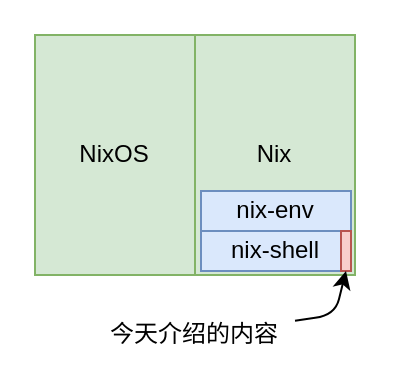
The draw.io diagram docs/slides/images/slides_location.drawio in xieby1/nix_config, before the edit. Source tidied: cells renumbered, new cells numbered last; positions are measured from the earlier drawing's top-left corner, leaving out a move shared by most shapes. Both pictures are drawn from the tidied source at 200%, with x=0, y=0 at pixel (34, 34).
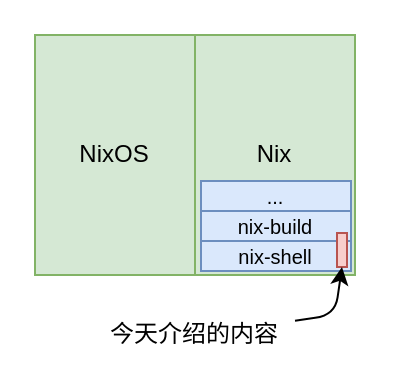
Above is the later version.

The edit, as a diff of the source:
```diff
@@
 <mxGraphModel>
   <root>
     <mxCell id="0" />
     <mxCell id="1" parent="0" />
     <mxCell id="2" value="NixOS" style="rounded=0;whiteSpace=wrap;html=1;fontFamily=mono;fillColor=#d5e8d4;strokeColor=#82b366;" parent="1" vertex="1">
       <mxGeometry width="80" height="120" as="geometry" />
     </mxCell>
     <mxCell id="3" value="Nix" style="rounded=0;whiteSpace=wrap;html=1;fontFamily=mono;fillColor=#d5e8d4;strokeColor=#82b366;" parent="1" vertex="1">
       <mxGeometry x="80" width="80" height="120" as="geometry" />
     </mxCell>
-    <mxCell id="4" value="nix-shell" style="rounded=0;whiteSpace=wrap;html=1;fontFamily=mono;fillColor=#dae8fc;strokeColor=#6c8ebf;" parent="1" vertex="1">
-      <mxGeometry x="83" y="98" width="75" height="20" as="geometry" />
+    <mxCell id="4" value="&lt;font style=&quot;font-size: 10px;&quot;&gt;nix-shell&lt;/font&gt;" style="rounded=0;whiteSpace=wrap;html=1;fontFamily=mono;fillColor=#dae8fc;strokeColor=#6c8ebf;" parent="1" vertex="1">
+      <mxGeometry x="83" y="103" width="75" height="15" as="geometry" />
     </mxCell>
-    <mxCell id="5" value="nix-env" style="rounded=0;whiteSpace=wrap;html=1;fontFamily=mono;fillColor=#dae8fc;strokeColor=#6c8ebf;" parent="1" vertex="1">
-      <mxGeometry x="83" y="78" width="75" height="20" as="geometry" />
+    <mxCell id="5" value="&lt;font style=&quot;font-size: 10px;&quot;&gt;nix-build&lt;/font&gt;" style="rounded=0;whiteSpace=wrap;html=1;fontFamily=mono;fillColor=#dae8fc;strokeColor=#6c8ebf;" parent="1" vertex="1">
+      <mxGeometry x="83" y="88" width="75" height="15" as="geometry" />
     </mxCell>
     <mxCell id="6" style="rounded=0;whiteSpace=wrap;html=1;fontFamily=mono;fillColor=#f8cecc;strokeColor=#b85450;" parent="1" vertex="1">
-      <mxGeometry x="153" y="98" width="5" height="20" as="geometry" />
+      <mxGeometry x="151" y="99" width="5" height="17" as="geometry" />
     </mxCell>
     <mxCell id="7" style="endArrow=classic;html=1;rounded=1;fontFamily=mono;entryX=0.5;entryY=1;entryDx=0;entryDy=0;" parent="1" edge="1" source="8" target="6">
       <mxGeometry relative="1" as="geometry">
         <Array as="points">
           <mxPoint x="150" y="140" />
         </Array>
       </mxGeometry>
     </mxCell>
     <mxCell id="8" value="今天介绍的内容" style="text;html=1;strokeColor=none;fillColor=none;align=center;verticalAlign=middle;whiteSpace=wrap;rounded=0;fontFamily=mono;" parent="1" vertex="1">
       <mxGeometry x="30" y="140" width="100" height="20" as="geometry" />
     </mxCell>
+    <mxCell id="9" value="&lt;font style=&quot;font-size: 10px;&quot;&gt;...&lt;/font&gt;" style="rounded=0;whiteSpace=wrap;html=1;fontFamily=mono;fillColor=#dae8fc;strokeColor=#6c8ebf;" parent="1" vertex="1">
+      <mxGeometry x="83" y="73" width="75" height="15" as="geometry" />
+    </mxCell>
   </root>
 </mxGraphModel>
```
